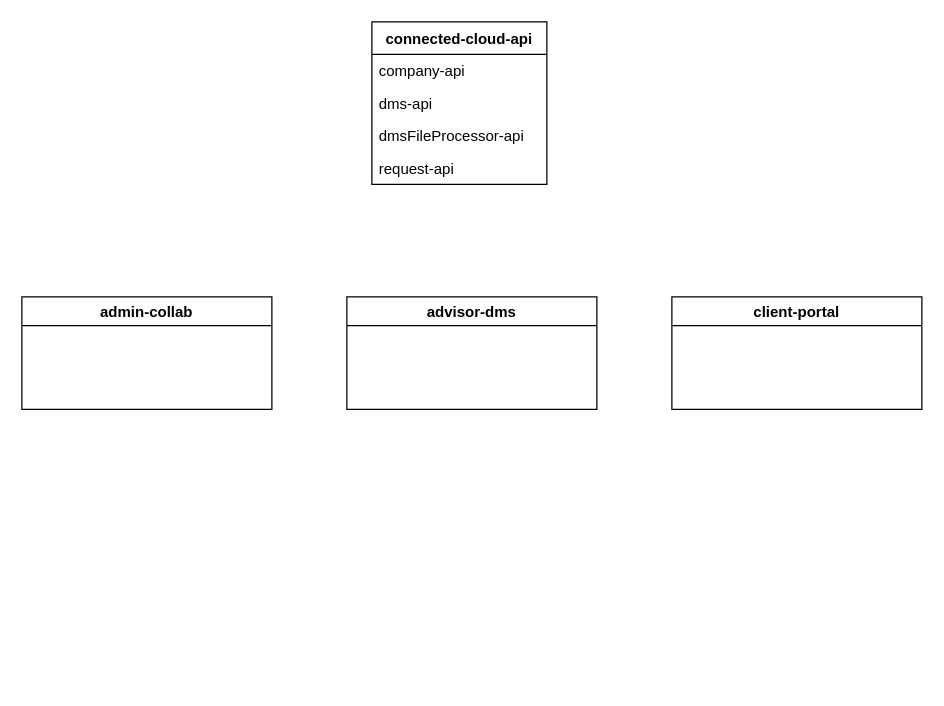
karmats/vscode-snippets keeps this draw.io diagram as Untitled Diagram.drawio. Above is the earlier version. Source tidied: cells renumbered, new cells numbered last; positions are measured from the earlier drawing's top-left corner, leaving out a move shared by most shapes. Both pictures are drawn from the tidied source at 125%, with x=0, y=0 at pixel (21, 21).
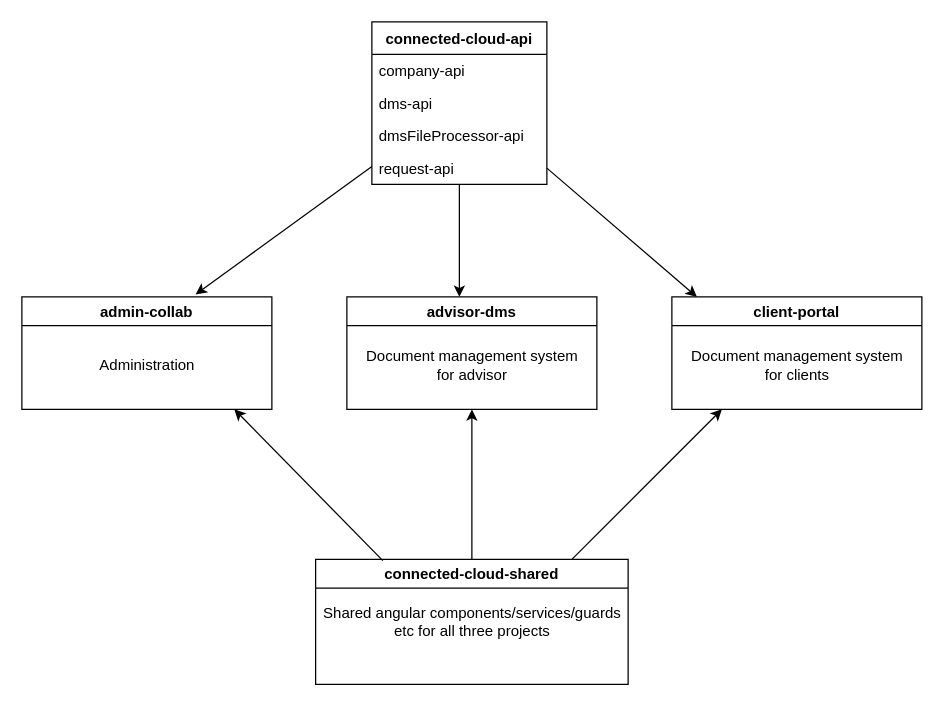
The same page after the edit.

The change refers to these unchanged cells:
```xml
<mxCell id="2" value="admin-collab" style="swimlane;" parent="1" vertex="1">
  <mxGeometry y="220" width="200" height="90" as="geometry" />
</mxCell>
<mxCell id="3" value="advisor-dms" style="swimlane;" parent="1" vertex="1">
  <mxGeometry x="260" y="220" width="200" height="90" as="geometry" />
</mxCell>
<mxCell id="4" value="client-portal" style="swimlane;" parent="1" vertex="1">
  <mxGeometry x="520" y="220" width="200" height="90" as="geometry" />
</mxCell>
<mxCell id="5" value="connected-cloud-api" style="swimlane;fontStyle=1;horizontal=1;startSize=26;" parent="1" vertex="1">
  <mxGeometry x="280" width="140" height="130" as="geometry" />
</mxCell>
<mxCell id="9" value="request-api" style="text;strokeColor=none;fillColor=none;align=left;verticalAlign=top;spacingLeft=4;spacingRight=4;overflow=hidden;points=[[0,0.5],[1,0.5]];portConstraint=eastwest;" parent="1" vertex="1">
  <mxGeometry x="280" y="104" width="140" height="26" as="geometry" />
</mxCell>
```

Diff of the diagram source:
```diff
@@
+    <mxCell id="10" value="Administration" style="text;html=1;align=center;verticalAlign=middle;strokeColor=none;" parent="2" vertex="1">
+      <mxGeometry x="55" y="45" width="90" height="20" as="geometry" />
+    </mxCell>
@@
+    <mxCell id="11" value="Document management system&lt;br&gt;for advisor" style="text;html=1;align=center;verticalAlign=middle;strokeColor=none;" parent="3" vertex="1">
+      <mxGeometry x="10" y="40" width="180" height="30" as="geometry" />
+    </mxCell>
@@
+    <mxCell id="12" value="Document management system&lt;br&gt;for clients" style="text;html=1;align=center;verticalAlign=middle;strokeColor=none;" parent="4" vertex="1">
+      <mxGeometry x="10" y="40" width="180" height="30" as="geometry" />
+    </mxCell>
@@
+    <mxCell id="13" style="endArrow=classic;html=1;entryX=0.695;entryY=-0.022;entryDx=0;entryDy=0;entryPerimeter=0;" parent="1" edge="1" source="5" target="2">
+      <mxGeometry relative="1" as="geometry" />
+    </mxCell>
+    <mxCell id="14" style="endArrow=classic;html=1;entryX=0.45;entryY=0;entryDx=0;entryDy=0;entryPerimeter=0;" parent="1" edge="1" source="5" target="3">
+      <mxGeometry relative="1" as="geometry" />
+    </mxCell>
+    <mxCell id="15" style="endArrow=classic;html=1;entryX=0.25;entryY=0;entryDx=0;entryDy=0;exitX=1;exitY=0.5;exitDx=0;exitDy=0;" parent="1" edge="1" source="9">
+      <mxGeometry relative="1" as="geometry">
+        <mxPoint x="540" y="220" as="targetPoint" />
+      </mxGeometry>
+    </mxCell>
+    <mxCell id="16" value="connected-cloud-shared" style="swimlane;" parent="1" vertex="1">
+      <mxGeometry x="235" y="430" width="250" height="100" as="geometry" />
+    </mxCell>
+    <mxCell id="17" value="Shared angular components/services/guards&lt;br&gt;etc for all three projects" style="text;html=1;align=center;verticalAlign=middle;strokeColor=none;" parent="16" vertex="1">
+      <mxGeometry y="35" width="250" height="30" as="geometry" />
+    </mxCell>
+    <mxCell id="18" style="endArrow=classic;html=1;exitX=0.215;exitY=0.01;exitDx=0;exitDy=0;exitPerimeter=0;" parent="1" edge="1" source="16">
+      <mxGeometry relative="1" as="geometry">
+        <mxPoint x="170" y="310" as="targetPoint" />
+      </mxGeometry>
+    </mxCell>
+    <mxCell id="19" style="endArrow=classic;html=1;exitX=0.5;exitY=0;exitDx=0;exitDy=0;" parent="1" edge="1" source="16">
+      <mxGeometry relative="1" as="geometry">
+        <mxPoint x="360" y="310" as="targetPoint" />
+      </mxGeometry>
+    </mxCell>
+    <mxCell id="20" style="endArrow=classic;html=1;exitX=0.5;exitY=0;exitDx=0;exitDy=0;" parent="1" edge="1">
+      <mxGeometry relative="1" as="geometry">
+        <mxPoint x="440" y="430" as="sourcePoint" />
+        <mxPoint x="560" y="310" as="targetPoint" />
+      </mxGeometry>
+    </mxCell>
```
